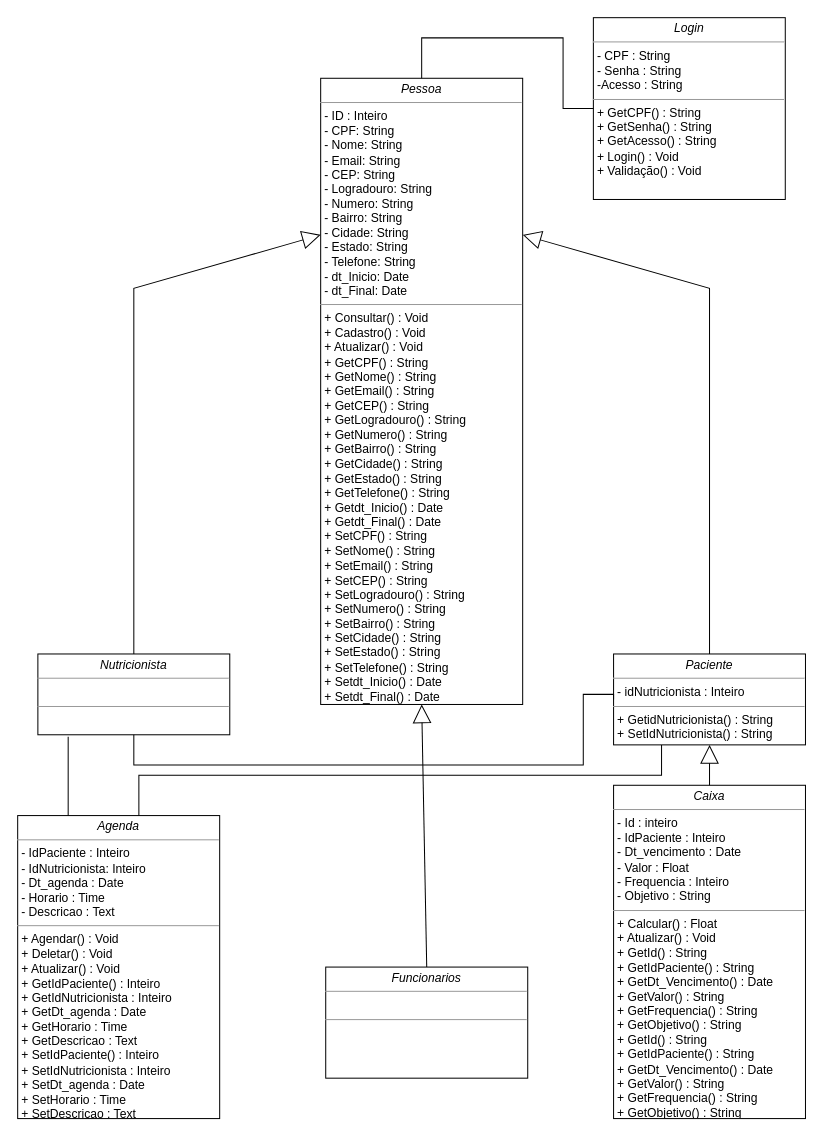
Earlier version of the draw.io diagram Diagrama de Classe.drawio (Tavares264/Project_PccFit). Source tidied: cells renumbered, new cells numbered last; positions are measured from the earlier drawing's top-left corner, leaving out a move shared by most shapes. Both pictures are drawn from the tidied source at 101%, with x=0, y=0 at pixel (17, 17).
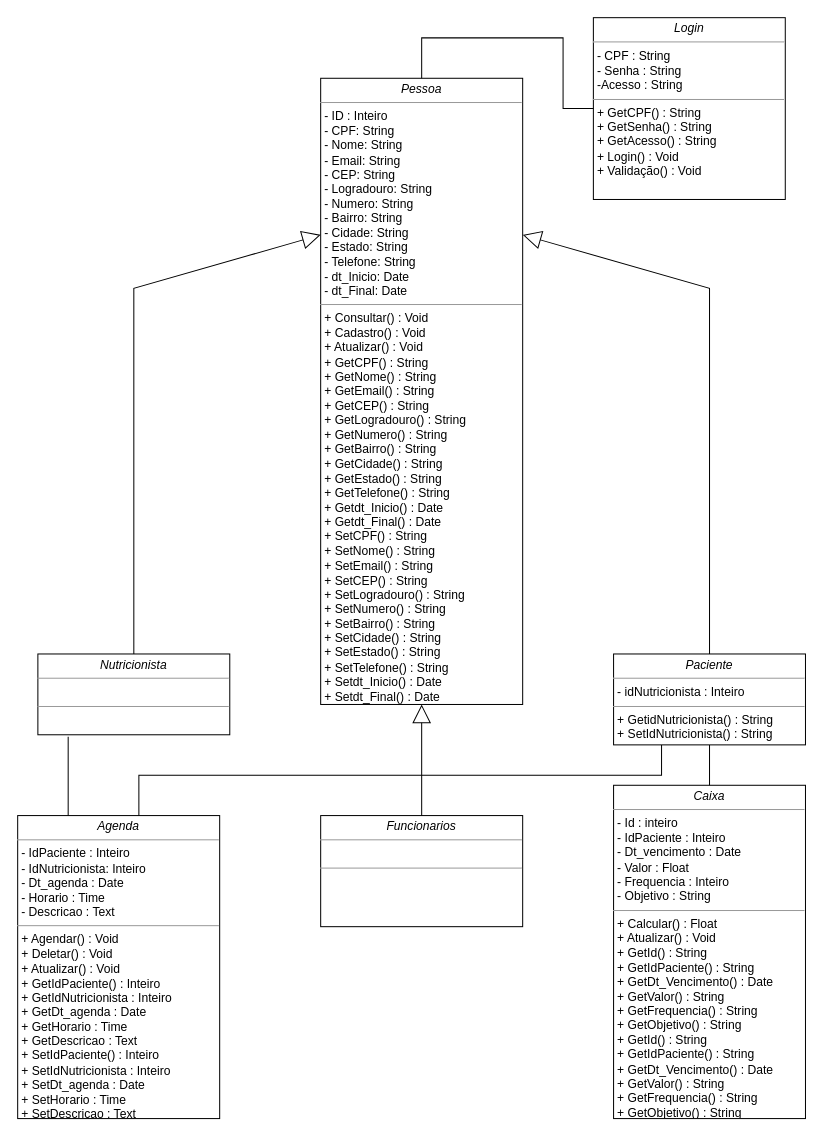
The same diagram, later.

Unchanged cells that the change refers to:
```xml
<mxCell id="2" value="&lt;p style=&quot;margin: 0px ; margin-top: 4px ; text-align: center&quot;&gt;&lt;i&gt;Nutricionista&lt;/i&gt;&lt;/p&gt;&lt;hr size=&quot;1&quot;&gt;&lt;p style=&quot;margin: 0px ; margin-left: 4px&quot;&gt;&lt;br&gt;&lt;/p&gt;&lt;hr size=&quot;1&quot;&gt;&lt;p style=&quot;margin: 0px 0px 0px 4px&quot;&gt;&lt;br&gt;&lt;br&gt;&lt;/p&gt;" style="verticalAlign=top;align=left;overflow=fill;fontSize=12;fontFamily=Helvetica;html=1;rounded=0;shadow=0;comic=0;labelBackgroundColor=none;strokeWidth=1;" parent="1" vertex="1">
  <mxGeometry x="20" y="630" width="190" height="80" as="geometry" />
</mxCell>
<mxCell id="4" value="&lt;p style=&quot;margin: 0px ; margin-top: 4px ; text-align: center&quot;&gt;&lt;i&gt;Paciente&lt;/i&gt;&lt;/p&gt;&lt;hr size=&quot;1&quot;&gt;&lt;p style=&quot;margin: 0px ; margin-left: 4px&quot;&gt;- idNutricionista : Inteiro&lt;br&gt;&lt;/p&gt;&lt;hr size=&quot;1&quot;&gt;&lt;p style=&quot;margin: 0px 0px 0px 4px&quot;&gt;+ GetidNutricionista() : String&lt;br&gt;&lt;/p&gt;&lt;p style=&quot;margin: 0px 0px 0px 4px&quot;&gt;+ SetIdNutricionista() : String&lt;/p&gt;" style="verticalAlign=top;align=left;overflow=fill;fontSize=12;fontFamily=Helvetica;html=1;rounded=0;shadow=0;comic=0;labelBackgroundColor=none;strokeWidth=1;" parent="1" vertex="1">
  <mxGeometry x="590" y="630" width="190" height="90" as="geometry" />
</mxCell>
<mxCell id="9" value="&lt;p style=&quot;margin: 0px ; margin-top: 4px ; text-align: center&quot;&gt;&lt;i&gt;Caixa&lt;/i&gt;&lt;/p&gt;&lt;hr size=&quot;1&quot;&gt;&lt;p style=&quot;margin: 0px ; margin-left: 4px&quot;&gt;- Id : inteiro&lt;/p&gt;&lt;p style=&quot;margin: 0px ; margin-left: 4px&quot;&gt;- IdPaciente : Inteiro&lt;br&gt;&lt;/p&gt;&lt;p style=&quot;margin: 0px ; margin-left: 4px&quot;&gt;- Dt_vencimento : Date&lt;/p&gt;&lt;p style=&quot;margin: 0px ; margin-left: 4px&quot;&gt;- Valor : Float&lt;/p&gt;&lt;p style=&quot;margin: 0px ; margin-left: 4px&quot;&gt;- Frequencia : Inteiro&lt;/p&gt;&lt;p style=&quot;margin: 0px ; margin-left: 4px&quot;&gt;- Objetivo : String&amp;nbsp;&lt;/p&gt;&lt;hr size=&quot;1&quot;&gt;&lt;p style=&quot;margin: 0px 0px 0px 4px&quot;&gt;+ Calcular() : Float&lt;/p&gt;&lt;p style=&quot;margin: 0px 0px 0px 4px&quot;&gt;+ Atualizar() : Void&lt;/p&gt;&lt;p style=&quot;margin: 0px 0px 0px 4px&quot;&gt;+ GetId() : String&lt;br&gt;&lt;/p&gt;&lt;p style=&quot;margin: 0px 0px 0px 4px&quot;&gt;+ GetIdPaciente() : String&lt;/p&gt;&lt;p style=&quot;margin: 0px 0px 0px 4px&quot;&gt;+ GetDt_Vencimento() : Date&lt;/p&gt;&lt;p style=&quot;margin: 0px 0px 0px 4px&quot;&gt;&lt;span&gt;+ GetValor() : String&lt;/span&gt;&lt;/p&gt;&lt;p style=&quot;margin: 0px 0px 0px 4px&quot;&gt;+ GetFrequencia() : String&lt;br&gt;&lt;/p&gt;&lt;p style=&quot;margin: 0px 0px 0px 4px&quot;&gt;+ GetObjetivo() : String&lt;/p&gt;&lt;p style=&quot;margin: 0px 0px 0px 4px&quot;&gt;+ GetId() : String&lt;br&gt;&lt;/p&gt;&lt;p style=&quot;margin: 0px 0px 0px 4px&quot;&gt;+ GetIdPaciente() : String&lt;/p&gt;&lt;p style=&quot;margin: 0px 0px 0px 4px&quot;&gt;+ GetDt_Vencimento() : Date&lt;/p&gt;&lt;p style=&quot;margin: 0px 0px 0px 4px&quot;&gt;+ GetValor() : String&lt;/p&gt;&lt;p style=&quot;margin: 0px 0px 0px 4px&quot;&gt;+ GetFrequencia() : String&lt;br&gt;&lt;/p&gt;&lt;p style=&quot;margin: 0px 0px 0px 4px&quot;&gt;+ GetObjetivo() : String&lt;/p&gt;" style="verticalAlign=top;align=left;overflow=fill;fontSize=12;fontFamily=Helvetica;html=1;rounded=0;shadow=0;comic=0;labelBackgroundColor=none;strokeWidth=1;" parent="1" vertex="1">
  <mxGeometry x="590" y="760" width="190" height="330" as="geometry" />
</mxCell>
```

The edit, as a diff of the source:
```diff
@@
     <mxCell id="3" value="&lt;p style=&quot;margin: 0px ; margin-top: 4px ; text-align: center&quot;&gt;&lt;i&gt;Funcionarios&lt;/i&gt;&lt;/p&gt;&lt;hr size=&quot;1&quot;&gt;&lt;p style=&quot;margin: 0px ; margin-left: 4px&quot;&gt;&lt;br&gt;&lt;/p&gt;&lt;hr size=&quot;1&quot;&gt;&lt;p style=&quot;margin: 0px 0px 0px 4px&quot;&gt;&lt;br&gt;&lt;/p&gt;" style="verticalAlign=top;align=left;overflow=fill;fontSize=12;fontFamily=Helvetica;html=1;rounded=0;shadow=0;comic=0;labelBackgroundColor=none;strokeWidth=1;" parent="1" vertex="1">
-      <mxGeometry x="305" y="940" width="200" height="110" as="geometry" />
+      <mxGeometry x="300" y="790" width="200" height="110" as="geometry" />
     </mxCell>
@@
-    <mxCell id="10" style="endArrow=block;endSize=16;endFill=0;html=1;rounded=0;exitX=0.5;exitY=0;exitDx=0;exitDy=0;entryX=0.5;entryY=1;entryDx=0;entryDy=0;" parent="1" edge="1" source="9" target="4">
-      <mxGeometry relative="1" as="geometry" />
-    </mxCell>
-    <mxCell id="11" style="endArrow=none;html=1;edgeStyle=orthogonalEdgeStyle;rounded=0;exitX=0.5;exitY=1;exitDx=0;exitDy=0;entryX=0;entryY=0.5;entryDx=0;entryDy=0;" parent="1" edge="1" source="2" target="4">
-      <mxGeometry relative="1" as="geometry">
-        <Array as="points">
-          <mxPoint x="115" y="740" />
-          <mxPoint x="560" y="740" />
-          <mxPoint x="560" y="670" />
-        </Array>
-      </mxGeometry>
-    </mxCell>
@@
+    <mxCell id="10" style="endArrow=none;html=1;edgeStyle=orthogonalEdgeStyle;rounded=0;entryX=0.5;entryY=1;entryDx=0;entryDy=0;exitX=0.5;exitY=0;exitDx=0;exitDy=0;" parent="1" edge="1" source="9" target="4">
+      <mxGeometry relative="1" as="geometry" />
+    </mxCell>
```
